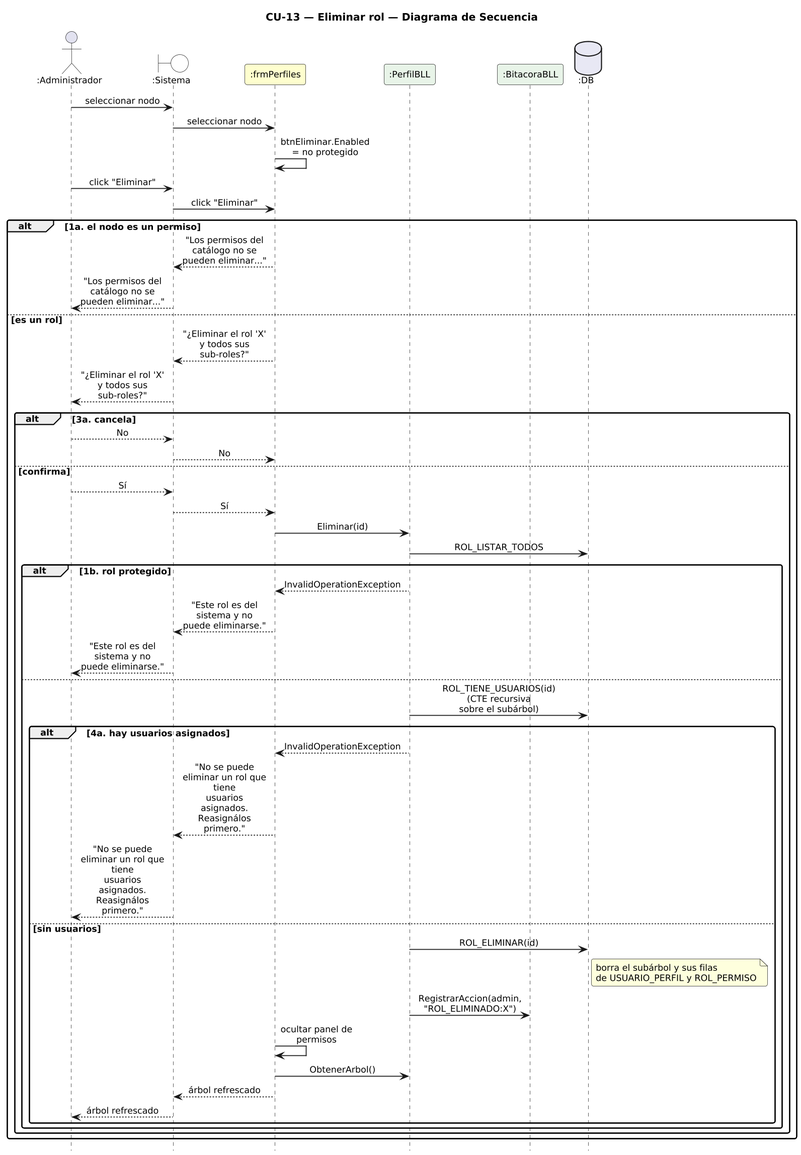
Earlier version of the PlantUML export DIAGRAMAS/DiagramaSecuencia_CU13_EliminarRol.png (Urrels/ingenieria_software).
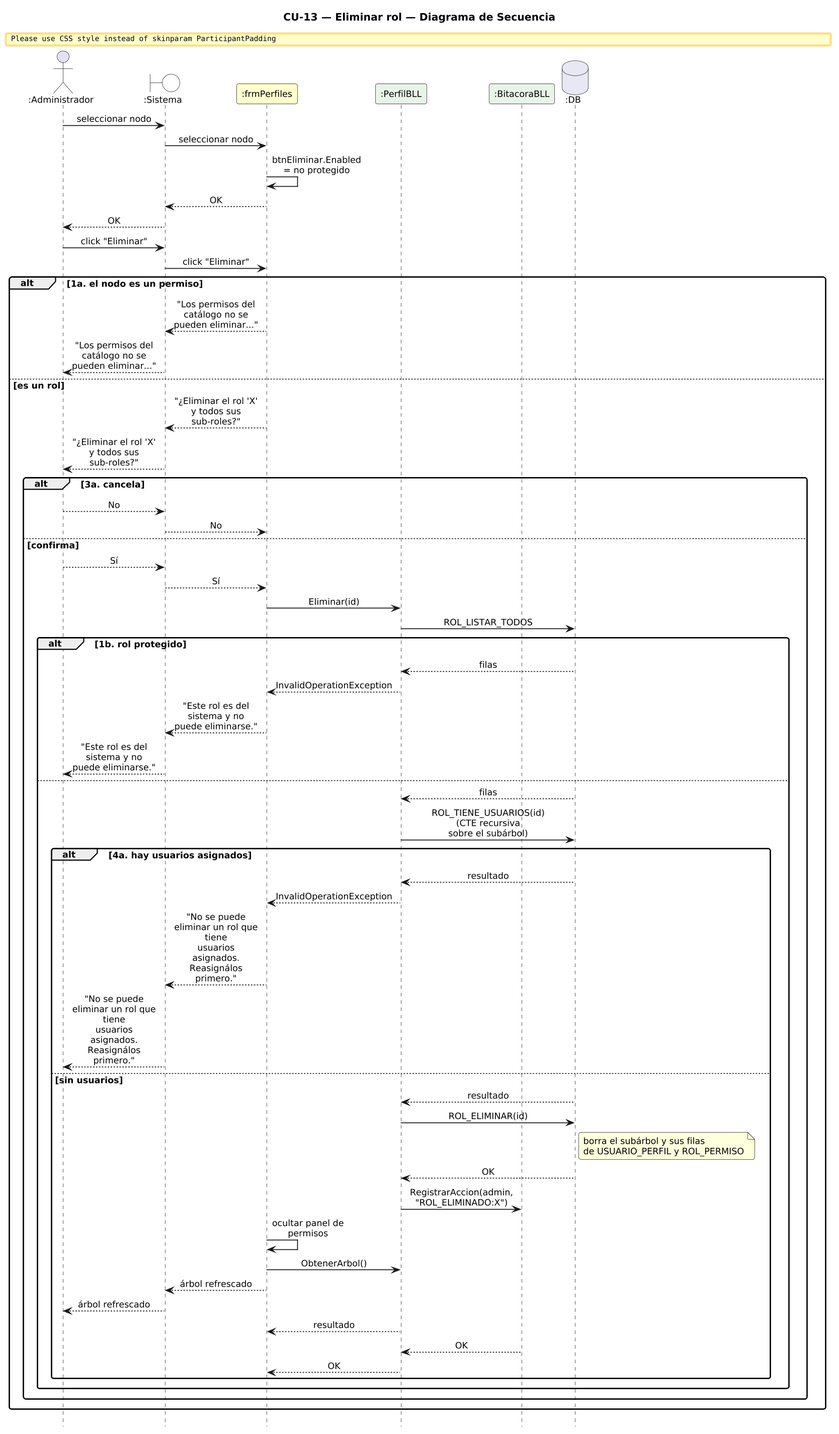
The same file after the commit.

Diff of the diagram source:
```diff
@@ -23,6 +23,8 @@
 A -> SYS : seleccionar nodo
 SYS -> F : seleccionar nodo
 F -> F : btnEliminar.Enabled = no protegido
+F --> SYS : OK
+SYS --> A : OK
 A -> SYS : click "Eliminar"
 SYS -> F : click "Eliminar"
 alt 1a. el nodo es un permiso
@@ -40,23 +42,31 @@
     F -> PB : Eliminar(id)
     PB -> DB : ROL_LISTAR_TODOS
     alt 1b. rol protegido
+      DB --> PB : filas
       PB --> F : InvalidOperationException
       F --> SYS : "Este rol es del sistema y no puede eliminarse."
       SYS --> A : "Este rol es del sistema y no puede eliminarse."
     else
+      DB --> PB : filas
       PB -> DB : ROL_TIENE_USUARIOS(id)\n(CTE recursiva sobre el subárbol)
       alt 4a. hay usuarios asignados
+        DB --> PB : resultado
         PB --> F : InvalidOperationException
         F --> SYS : "No se puede eliminar un rol que tiene\nusuarios asignados. Reasignálos primero."
         SYS --> A : "No se puede eliminar un rol que tiene\nusuarios asignados. Reasignálos primero."
       else sin usuarios
+        DB --> PB : resultado
         PB -> DB : ROL_ELIMINAR(id)
         note right of DB : borra el subárbol y sus filas\nde USUARIO_PERFIL y ROL_PERMISO
+        DB --> PB : OK
         PB -> BB : RegistrarAccion(admin, "ROL_ELIMINADO:X")
         F -> F : ocultar panel de permisos
         F -> PB : ObtenerArbol()
         F --> SYS : árbol refrescado
         SYS --> A : árbol refrescado
+        PB --> F : resultado
+        BB --> PB : OK
+        PB --> F : OK
       end
     end
   end
```
